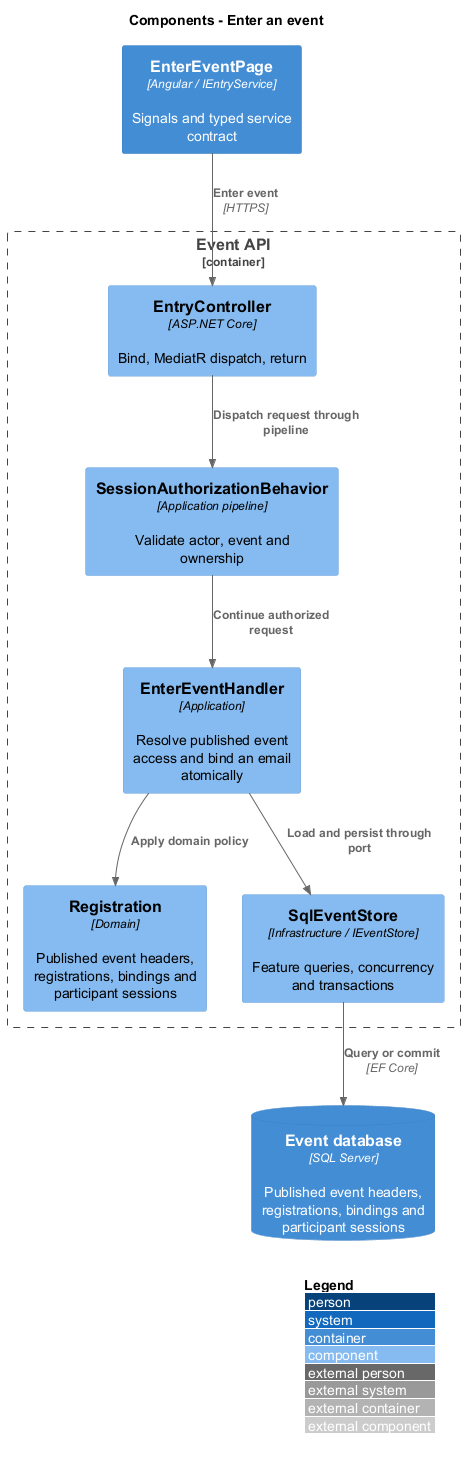
Above: docs/detailed-designs/access/enter-event/diagrams/c4-component.png in QuinntyneBrown/faithtech-toronto-ai-build-event (PlantUML), before the change.
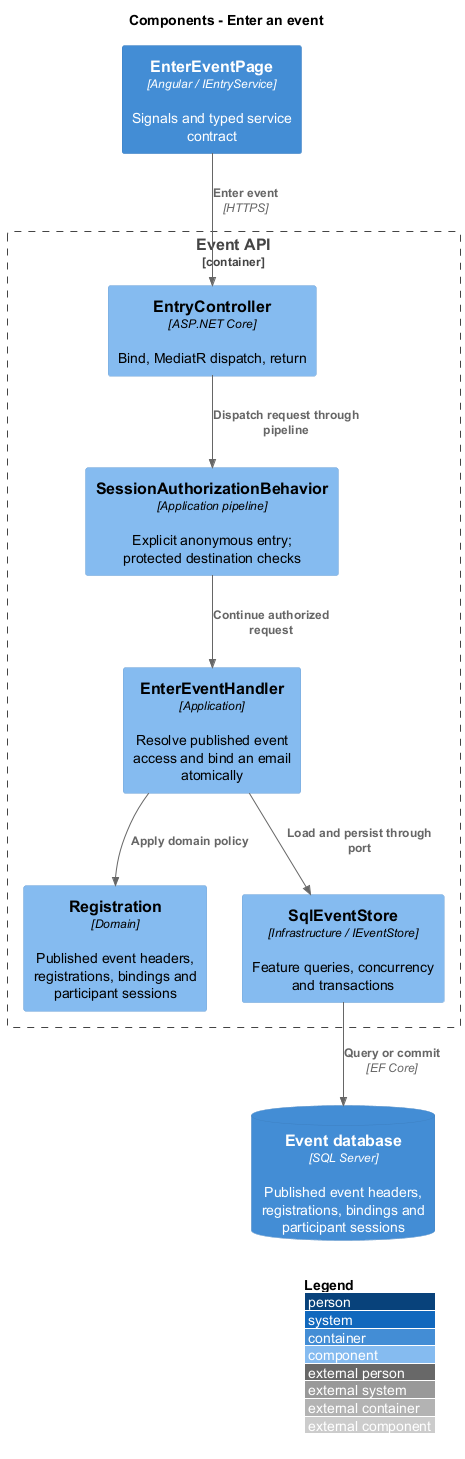
After the commit.

What changed in the source:
```diff
@@ -5,7 +5,7 @@
 Container(ui, "EnterEventPage", "Angular / IEntryService", "Signals and typed service contract")
 Container_Boundary(api, "Event API") {
 Component(ctrl, "EntryController", "ASP.NET Core", "Bind, MediatR dispatch, return")
-Component(gate, "SessionAuthorizationBehavior", "Application pipeline", "Validate actor, event and ownership")
+Component(gate, "SessionAuthorizationBehavior", "Application pipeline", "Explicit anonymous entry; protected destination checks")
 Component(handler, "EnterEventHandler", "Application", "Resolve published event access and bind an email atomically")
 Component(entity, "Registration", "Domain", "Published event headers, registrations, bindings and participant sessions")
 Component(store, "SqlEventStore", "Infrastructure / IEventStore", "Feature queries, concurrency and transactions")
```
